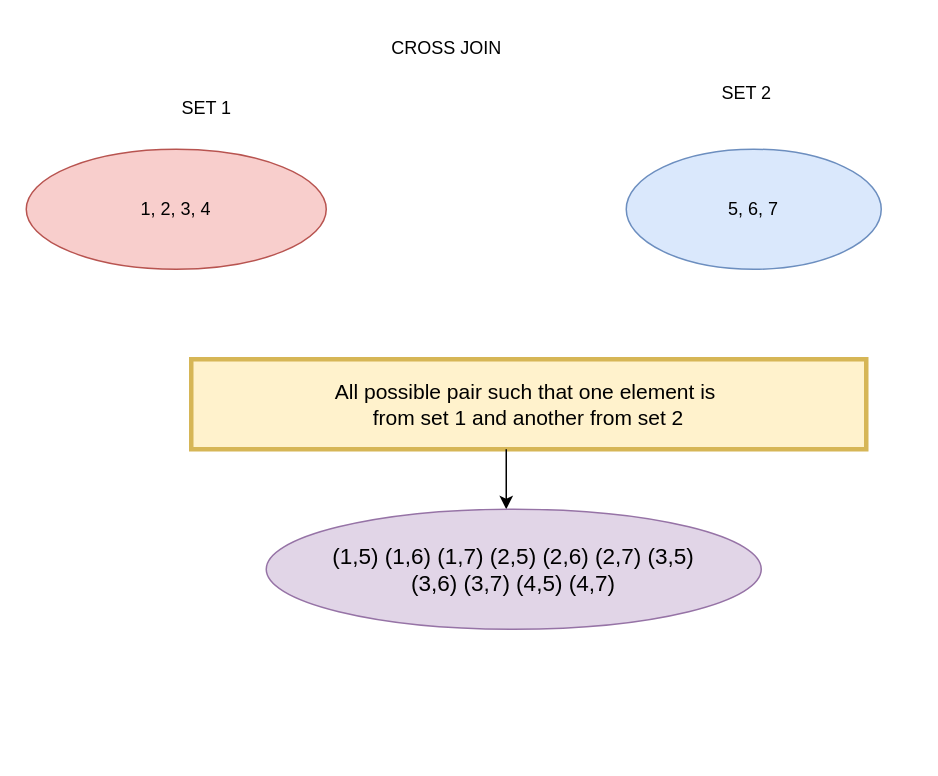
The draw.io diagram Untitled Diagram.drawio in amit-jha99/SQL, before the edit. Source tidied: cells renumbered, new cells numbered last; positions are measured from the earlier drawing's top-left corner, leaving out a move shared by most shapes. Both pictures are drawn from the tidied source at 150%, with x=0, y=0 at pixel (26, 26).
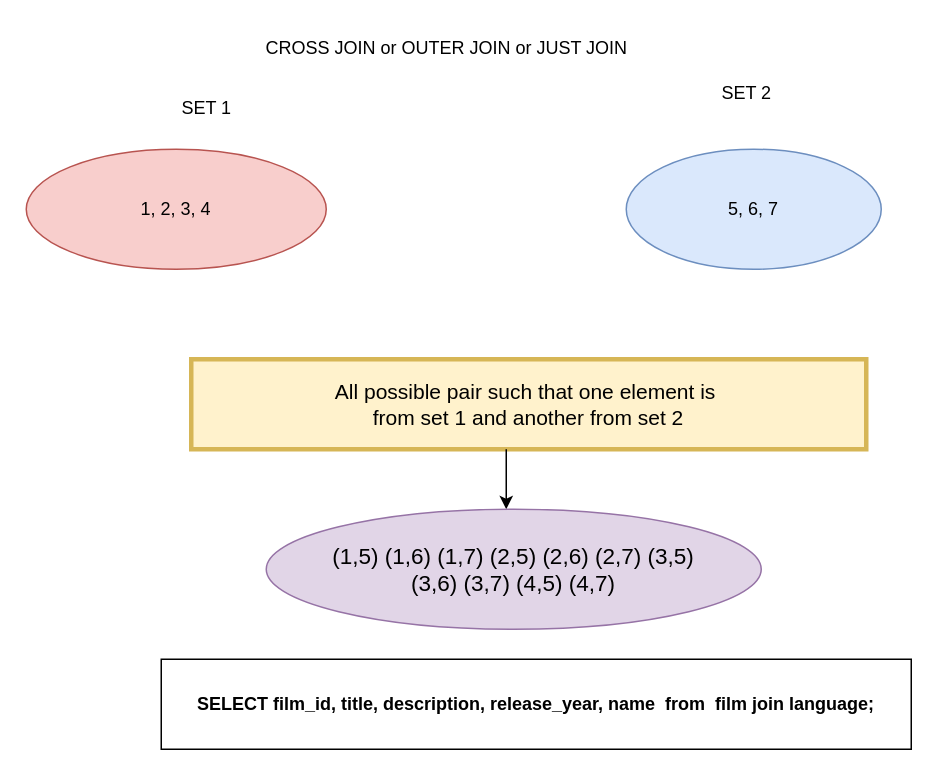
The same diagram, later.

Commit message:
Added query example

What changed in the source:
```diff
@@
 <mxGraphModel>
   <root>
     <mxCell id="0" />
     <mxCell id="1" parent="0" />
     <mxCell id="2" value="1, 2, 3, 4" style="ellipse;whiteSpace=wrap;html=1;fillColor=#f8cecc;strokeColor=#b85450;" parent="1" vertex="1">
       <mxGeometry y="82" width="200" height="80" as="geometry" />
     </mxCell>
     <mxCell id="3" value="5, 6, 7" style="ellipse;whiteSpace=wrap;html=1;fillColor=#dae8fc;strokeColor=#6c8ebf;" parent="1" vertex="1">
       <mxGeometry x="400" y="82" width="170" height="80" as="geometry" />
     </mxCell>
     <mxCell id="4" value="SET 1" style="text;html=1;align=center;verticalAlign=middle;strokeColor=none;fillColor=none;" parent="1" vertex="1">
       <mxGeometry x="90" y="40" width="60" height="30" as="geometry" />
     </mxCell>
     <mxCell id="5" value="SET 2" style="text;html=1;align=center;verticalAlign=middle;strokeColor=none;fillColor=none;" parent="1" vertex="1">
       <mxGeometry x="450" y="30" width="60" height="30" as="geometry" />
     </mxCell>
-    <mxCell id="6" value="CROSS JOIN" style="text;html=1;align=center;verticalAlign=middle;strokeColor=none;fillColor=none;" parent="1" vertex="1">
-      <mxGeometry x="230" width="100" height="30" as="geometry" />
+    <mxCell id="6" value="CROSS JOIN or OUTER JOIN or JUST JOIN" style="text;html=1;align=center;verticalAlign=middle;strokeColor=none;fillColor=none;" parent="1" vertex="1">
+      <mxGeometry x="150" width="260" height="30" as="geometry" />
     </mxCell>
     <mxCell id="7" value="&lt;font style=&quot;font-size: 14px;&quot;&gt;All possible pair such that one element is&amp;nbsp;&lt;/font&gt;&lt;div style=&quot;font-size: 14px;&quot;&gt;&lt;font style=&quot;font-size: 14px;&quot;&gt;from set 1 and another from set 2&lt;/font&gt;&lt;/div&gt;" style="rounded=0;whiteSpace=wrap;html=1;fillColor=#fff2cc;strokeColor=#d6b656;strokeWidth=3;" parent="1" vertex="1">
       <mxGeometry x="110" y="222" width="450" height="60" as="geometry" />
     </mxCell>
     <mxCell id="8" style="endArrow=classic;html=1;rounded=0;" parent="1" edge="1">
       <mxGeometry relative="1" as="geometry">
         <mxPoint x="320" y="282" as="sourcePoint" />
         <mxPoint x="320" y="322" as="targetPoint" />
         <Array as="points">
           <mxPoint x="320" y="302" />
         </Array>
       </mxGeometry>
     </mxCell>
     <mxCell id="9" value="&lt;font style=&quot;font-size: 15px;&quot;&gt;(1,5) (1,6) (1,7) (2,5) (2,6) (2,7) (3,5)&lt;/font&gt;&lt;div style=&quot;font-size: 15px;&quot;&gt;&lt;font style=&quot;font-size: 15px;&quot;&gt;(3,6) (3,7) (4,5) (4,7)&lt;/font&gt;&lt;/div&gt;" style="ellipse;whiteSpace=wrap;html=1;fillColor=#e1d5e7;strokeColor=#9673a6;" parent="1" vertex="1">
       <mxGeometry x="160" y="322" width="330" height="80" as="geometry" />
     </mxCell>
+    <mxCell id="10" value="&lt;b&gt;SELECT film_id, title, description, release_year, name&amp;nbsp; from&amp;nbsp; film join language;&lt;/b&gt;" style="rounded=0;whiteSpace=wrap;html=1;" parent="1" vertex="1">
+      <mxGeometry x="90" y="422" width="500" height="60" as="geometry" />
+    </mxCell>
   </root>
 </mxGraphModel>
```
